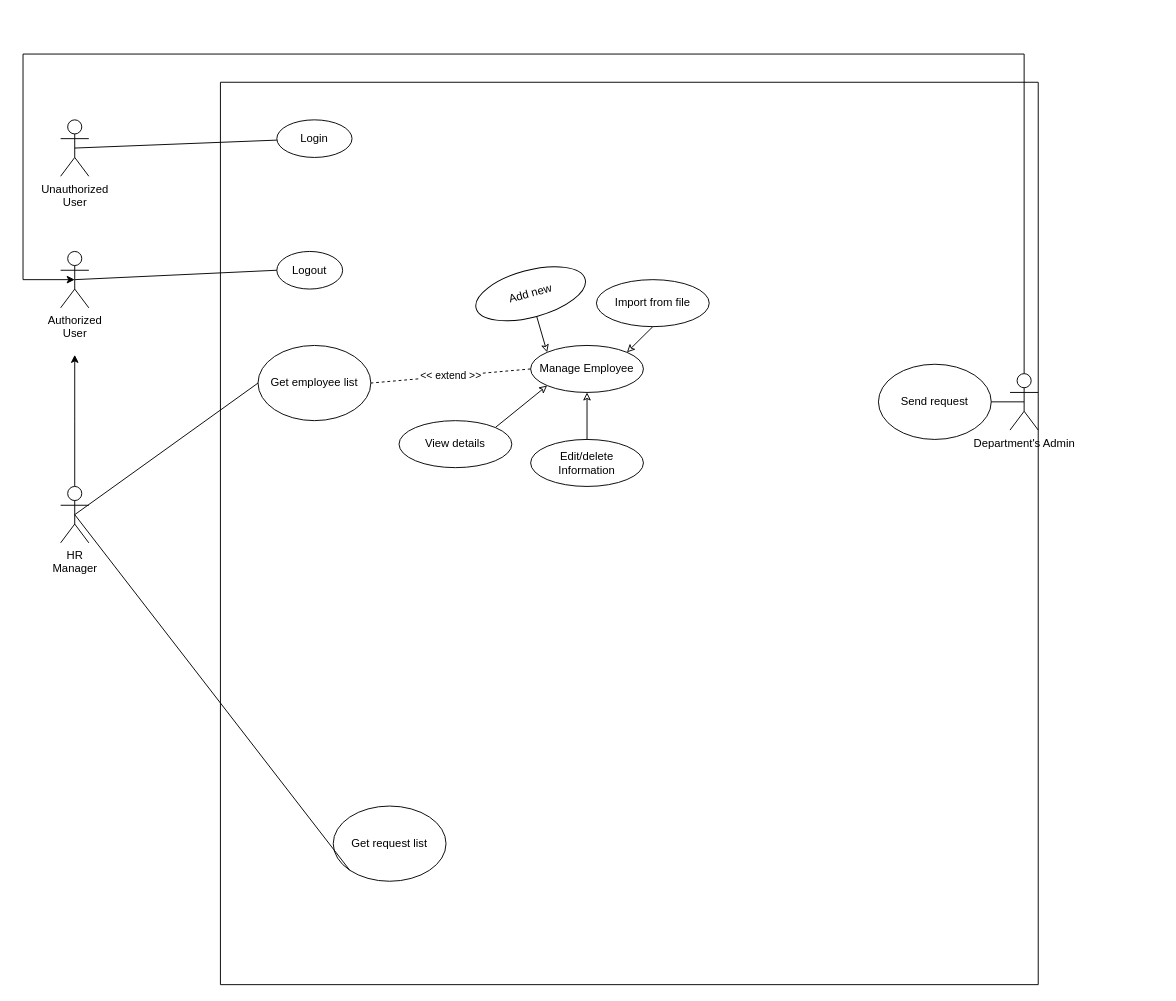
This is Diagrams/System Overview Use Case/SystemOverviewUseCase.drawio from DHR-Project/diagrams, a draw.io file, before an edit. Source tidied: cells renumbered, new cells numbered last; positions are measured from the earlier drawing's top-left corner, leaving out a move shared by most shapes. Both pictures are drawn from the tidied source at 94%, with x=0, y=0 at pixel (23, 54).
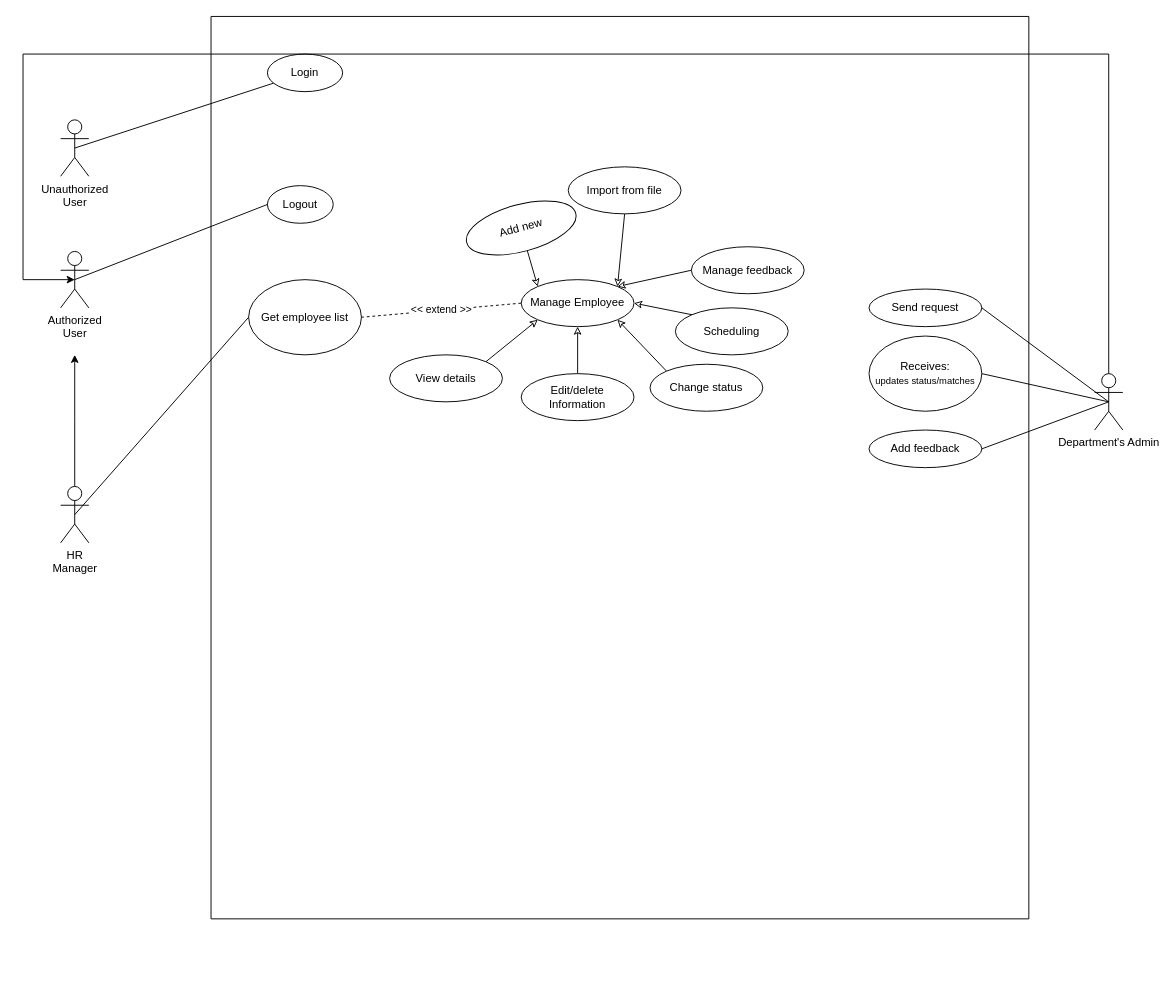
The same diagram, later.

The change refers to these unchanged cells:
```xml
<mxCell id="9" value="Manage Employee" style="ellipse;whiteSpace=wrap;html=1;" parent="2" vertex="1">
  <mxGeometry x="330" y="280" width="120" height="50" as="geometry" />
</mxCell>
<mxCell id="21" value="Authorized&lt;div&gt;User&lt;/div&gt;" style="shape=umlActor;verticalLabelPosition=bottom;verticalAlign=top;html=1;outlineConnect=0;" parent="1" vertex="1">
  <mxGeometry x="40" y="210" width="30" height="60" as="geometry" />
</mxCell>
<mxCell id="24" value="HR&lt;div&gt;Manager&lt;/div&gt;" style="shape=umlActor;verticalLabelPosition=bottom;verticalAlign=top;html=1;outlineConnect=0;" parent="1" vertex="1">
  <mxGeometry x="40" y="460" width="30" height="60" as="geometry" />
</mxCell>
```

The edit, as a diff of the source:
```diff
@@
     <mxCell id="2" style="swimlane;startSize=0;" parent="1" vertex="1">
-      <mxGeometry x="210" y="30" width="870" height="960" as="geometry" />
+      <mxGeometry x="200" y="-40" width="870" height="960" as="geometry" />
     </mxCell>
@@
-    <mxCell id="5" value="Get request list" style="ellipse;whiteSpace=wrap;html=1;" parent="2" vertex="1">
-      <mxGeometry x="120" y="770" width="120" height="80" as="geometry" />
-    </mxCell>
     <mxCell id="6" value="Send request" style="ellipse;whiteSpace=wrap;html=1;" parent="2" vertex="1">
-      <mxGeometry x="700" y="300" width="120" height="80" as="geometry" />
+      <mxGeometry x="700" y="290" width="120" height="40" as="geometry" />
     </mxCell>
@@
     <mxCell id="16" value="Import from file" style="ellipse;whiteSpace=wrap;html=1;" parent="2" vertex="1">
-      <mxGeometry x="400" y="210" width="120" height="50" as="geometry" />
+      <mxGeometry x="380" y="160" width="120" height="50" as="geometry" />
     </mxCell>
@@
+    <mxCell id="29" value="Receives:&lt;div&gt;&lt;font style=&quot;font-size: 10px;&quot;&gt;updates status/matches&lt;/font&gt;&lt;/div&gt;" style="ellipse;whiteSpace=wrap;html=1;" parent="2" vertex="1">
+      <mxGeometry x="700" y="340" width="120" height="80" as="geometry" />
+    </mxCell>
+    <mxCell id="30" style="rounded=0;jettySize=auto;html=1;exitX=0;exitY=0;exitDx=0;exitDy=0;entryX=1;entryY=1;entryDx=0;entryDy=0;endArrow=classic;endFill=0;" parent="2" edge="1" source="31" target="9">
+      <mxGeometry relative="1" as="geometry" />
+    </mxCell>
+    <mxCell id="31" value="Change status" style="ellipse;whiteSpace=wrap;html=1;" parent="2" vertex="1">
+      <mxGeometry x="467" y="370" width="120" height="50" as="geometry" />
+    </mxCell>
+    <mxCell id="32" style="rounded=0;jettySize=auto;html=1;exitX=0;exitY=0;exitDx=0;exitDy=0;entryX=1;entryY=0.5;entryDx=0;entryDy=0;endArrow=classic;endFill=0;" parent="2" edge="1" source="33" target="9">
+      <mxGeometry relative="1" as="geometry" />
+    </mxCell>
+    <mxCell id="33" value="Scheduling" style="ellipse;whiteSpace=wrap;html=1;" parent="2" vertex="1">
+      <mxGeometry x="494" y="310" width="120" height="50" as="geometry" />
+    </mxCell>
+    <mxCell id="34" style="rounded=0;jettySize=auto;html=1;exitX=0;exitY=0.5;exitDx=0;exitDy=0;entryX=1;entryY=0;entryDx=0;entryDy=0;endArrow=classic;endFill=0;" parent="2" edge="1" source="35" target="9">
+      <mxGeometry relative="1" as="geometry" />
+    </mxCell>
+    <mxCell id="35" value="Manage feedback" style="ellipse;whiteSpace=wrap;html=1;" parent="2" vertex="1">
+      <mxGeometry x="511" y="245" width="120" height="50" as="geometry" />
+    </mxCell>
+    <mxCell id="36" value="Add feedback" style="ellipse;whiteSpace=wrap;html=1;" parent="2" vertex="1">
+      <mxGeometry x="700" y="440" width="120" height="40" as="geometry" />
+    </mxCell>
@@
-    <mxCell id="23" style="rounded=0;jettySize=auto;html=1;exitX=0.5;exitY=0.5;exitDx=0;exitDy=0;exitPerimeter=0;entryX=0;entryY=1;entryDx=0;entryDy=0;endArrow=none;endFill=0;" parent="1" edge="1" source="24" target="5">
-      <mxGeometry relative="1" as="geometry" />
-    </mxCell>
@@
     <mxCell id="26" value="Department's Admin" style="shape=umlActor;verticalLabelPosition=bottom;verticalAlign=top;html=1;outlineConnect=0;" parent="1" vertex="1">
-      <mxGeometry x="1050" y="340" width="30" height="60" as="geometry" />
+      <mxGeometry x="1140" y="340" width="30" height="60" as="geometry" />
     </mxCell>
     <mxCell id="27" style="edgeStyle=orthogonalEdgeStyle;rounded=0;jettySize=auto;html=1;exitX=0.5;exitY=0;exitDx=0;exitDy=0;exitPerimeter=0;entryX=0.5;entryY=0.5;entryDx=0;entryDy=0;entryPerimeter=0;" parent="1" edge="1" source="26" target="21">
       <mxGeometry relative="1" as="geometry">
         <Array as="points">
-          <mxPoint x="1065" />
+          <mxPoint x="1155" />
           <mxPoint />
           <mxPoint y="240" />
         </Array>
       </mxGeometry>
     </mxCell>
@@
+    <mxCell id="37" style="rounded=0;jettySize=auto;html=1;exitX=0.5;exitY=0.5;exitDx=0;exitDy=0;exitPerimeter=0;entryX=1;entryY=0.5;entryDx=0;entryDy=0;endArrow=none;endFill=0;" parent="1" edge="1" source="26" target="29">
+      <mxGeometry relative="1" as="geometry" />
+    </mxCell>
+    <mxCell id="38" style="rounded=0;jettySize=auto;html=1;exitX=0.5;exitY=0.5;exitDx=0;exitDy=0;exitPerimeter=0;entryX=1;entryY=0.5;entryDx=0;entryDy=0;endArrow=none;endFill=0;" parent="1" edge="1" source="26" target="36">
+      <mxGeometry relative="1" as="geometry" />
+    </mxCell>
```
